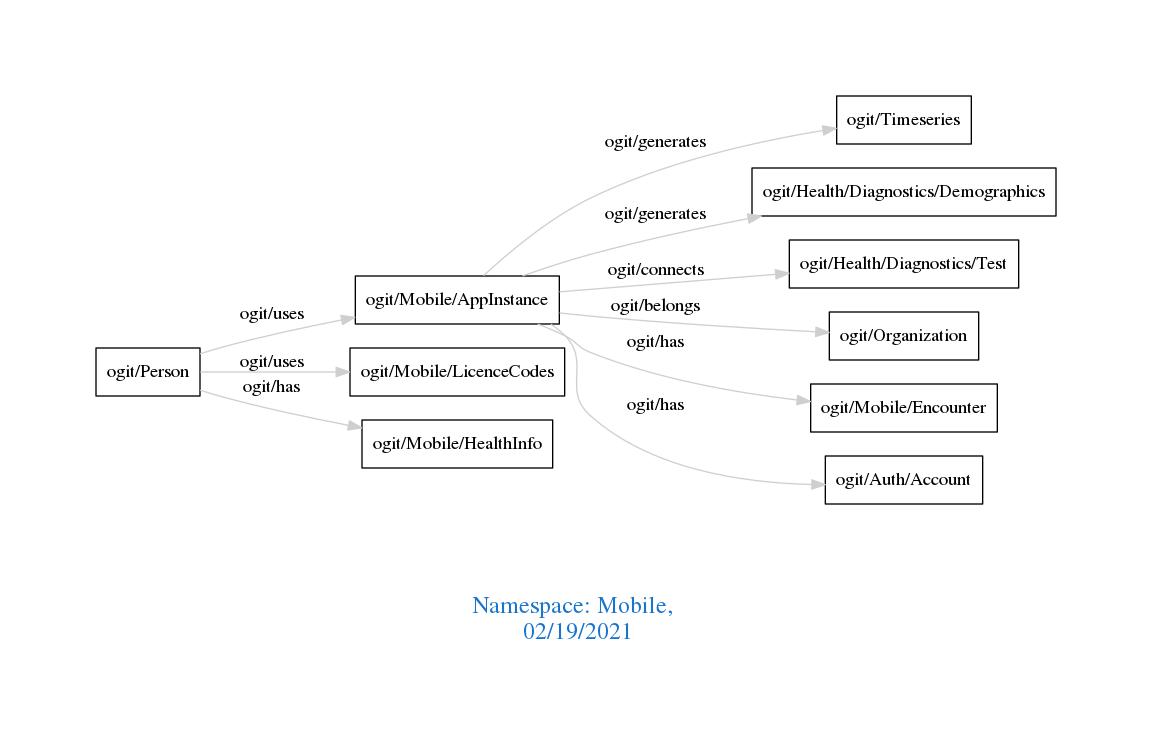
Earlier version of the Graphviz export downloads/Mobile.png (arago/OGIT). Its source is kept beside it as downloads/Mobile.dot.
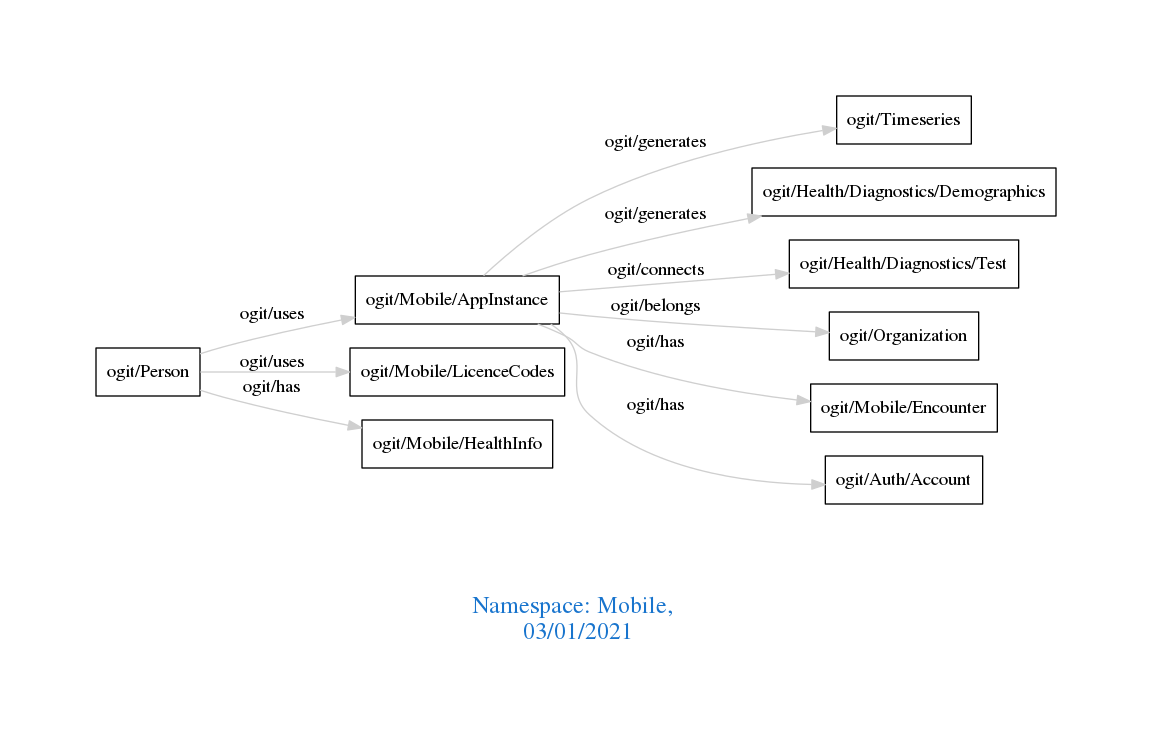
After the change.

What changed in the source:
```diff
@@ -1,7 +1,7 @@
 digraph OGIT_ontology {
  graph [ rankdir= LR,pad=1
 fontsize = 18,
-fontcolor= dodgerblue3,label = "\n\n\nNamespace: Mobile, \n 02/19/2021"];
+fontcolor= dodgerblue3,label = "\n\n\nNamespace: Mobile, \n 03/01/2021"];
 node[shape=polygon];
 edge [  color="gray81"];
 
```
